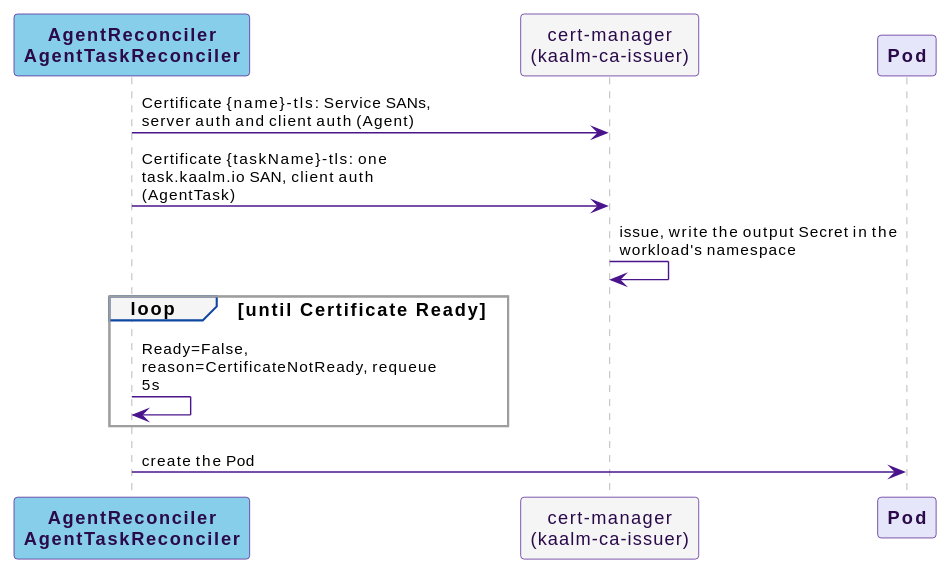
This is docs/src/diagrams/cert-before-pod.svg from win07xp/kaalm, a PlantUML export, as it was before one commit. The source it was exported from:
```plantuml
@startuml
!include _style.puml
skinparam maxMessageSize 300
participant "**AgentReconciler**\n**AgentTaskReconciler**" as R #87CEEB
participant "cert-manager\n(kaalm-ca-issuer)" as CM #F5F5F5
participant "**Pod**" as P #E6E6FA
R -> CM : Certificate {name}-tls: Service SANs, server auth and client auth (Agent)
R -> CM : Certificate {taskName}-tls: one task.kaalm.io SAN, client auth (AgentTask)
CM -> CM : issue, write the output Secret in the workload's namespace
loop until Certificate Ready
  R -> R : Ready=False, reason=CertificateNotReady, requeue 5s
end
R -> P : create the Pod
@enduml
```
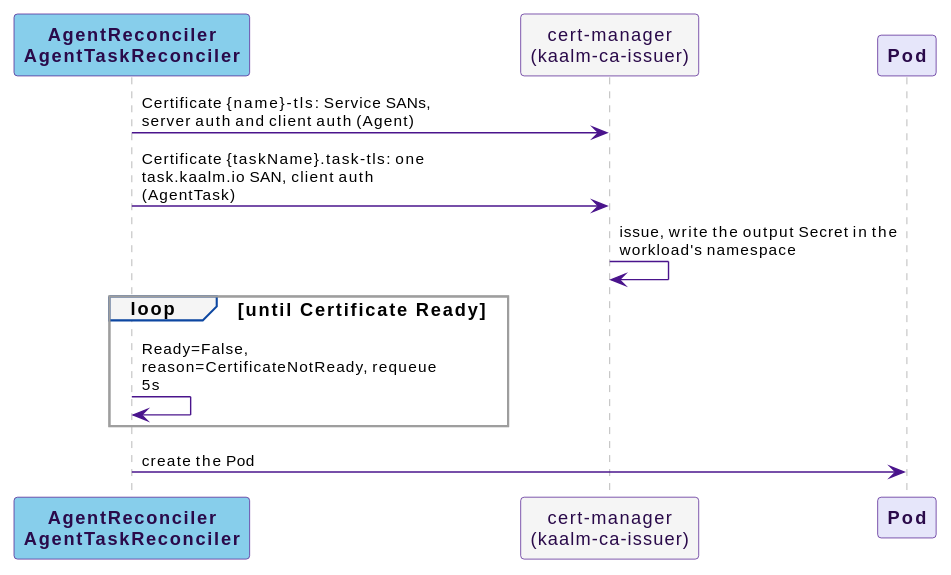
Later version of the same file.

The edit, as a diff of the source:
```diff
@@ -5,7 +5,7 @@
 participant "cert-manager\n(kaalm-ca-issuer)" as CM #F5F5F5
 participant "**Pod**" as P #E6E6FA
 R -> CM : Certificate {name}-tls: Service SANs, server auth and client auth (Agent)
-R -> CM : Certificate {taskName}-tls: one task.kaalm.io SAN, client auth (AgentTask)
+R -> CM : Certificate {taskName}.task-tls: one task.kaalm.io SAN, client auth (AgentTask)
 CM -> CM : issue, write the output Secret in the workload's namespace
 loop until Certificate Ready
   R -> R : Ready=False, reason=CertificateNotReady, requeue 5s
```
